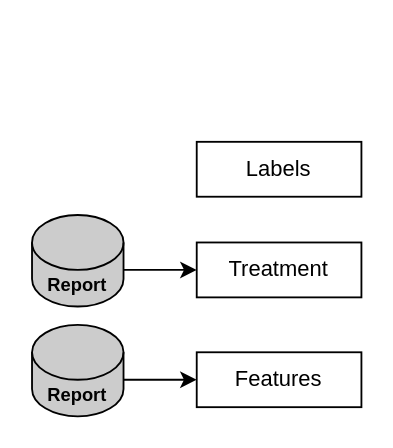
ChenPengyao/drawio keeps this draw.io diagram as 模型训练流程.drawio. Above is the earlier version. Source tidied: cells renumbered, new cells numbered last; positions are measured from the earlier drawing's top-left corner, leaving out a move shared by most shapes. Both pictures are drawn from the tidied source at 183%, with x=0, y=0 at pixel (31, 141).
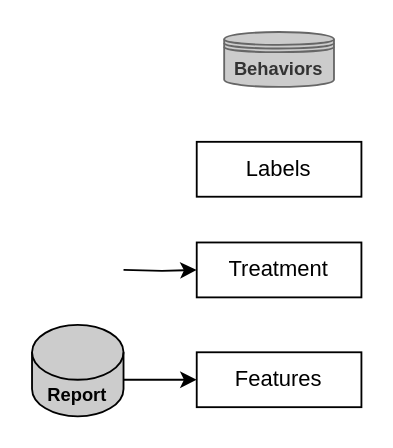
Above is the later version.

Commit message (it also covers changes not shown here):
更新模型训练流程.drawio

Diff of the diagram source:
```diff
@@
 <mxGraphModel>
   <root>
     <mxCell id="0" />
     <mxCell id="1" parent="0" />
     <mxCell id="2" value="Labels" style="rounded=0;whiteSpace=wrap;html=1;fillColor=#FFFFFF;" parent="1" vertex="1">
       <mxGeometry x="90" width="90" height="30" as="geometry" />
     </mxCell>
     <mxCell id="3" value="Treatment" style="rounded=0;whiteSpace=wrap;html=1;fillColor=#FFFFFF;" parent="1" vertex="1">
       <mxGeometry x="90" y="55" width="90" height="30" as="geometry" />
     </mxCell>
     <mxCell id="4" value="Features" style="rounded=0;whiteSpace=wrap;html=1;fillColor=#FFFFFF;" parent="1" vertex="1">
       <mxGeometry x="90" y="115" width="90" height="30" as="geometry" />
     </mxCell>
-    <mxCell id="5" style="edgeStyle=orthogonalEdgeStyle;rounded=0;jettySize=auto;html=1;exitX=1;exitY=0;exitDx=0;exitDy=30;exitPerimeter=0;entryX=0;entryY=0.5;entryDx=0;entryDy=0;" parent="1" edge="1" source="6" target="3">
-      <mxGeometry relative="1" as="geometry" />
+    <mxCell id="5" style="edgeStyle=orthogonalEdgeStyle;rounded=0;jettySize=auto;html=1;exitX=1;exitY=0;exitDx=0;exitDy=30;exitPerimeter=0;entryX=0;entryY=0.5;entryDx=0;entryDy=0;" parent="1" edge="1" target="3">
+      <mxGeometry relative="1" as="geometry">
+        <mxPoint x="50" y="70" as="sourcePoint" />
+      </mxGeometry>
     </mxCell>
-    <mxCell id="6" value="&lt;span style=&quot;font-size: 10px;&quot;&gt;Report&lt;/span&gt;" style="shape=cylinder3;whiteSpace=wrap;html=1;boundedLbl=1;backgroundOutline=1;size=15;fillColor=#CCCCCC;fontStyle=1;" parent="1" vertex="1">
-      <mxGeometry y="40" width="50" height="50" as="geometry" />
-    </mxCell>
     <mxCell id="7" style="edgeStyle=orthogonalEdgeStyle;rounded=0;jettySize=auto;html=1;exitX=1;exitY=0;exitDx=0;exitDy=30;exitPerimeter=0;entryX=0;entryY=0.5;entryDx=0;entryDy=0;" parent="1" edge="1" source="8" target="4">
       <mxGeometry relative="1" as="geometry" />
     </mxCell>
     <mxCell id="8" value="&lt;span style=&quot;font-size: 10px;&quot;&gt;Report&lt;/span&gt;" style="shape=cylinder3;whiteSpace=wrap;html=1;boundedLbl=1;backgroundOutline=1;size=15;fillColor=#CCCCCC;fontStyle=1;" parent="1" vertex="1">
       <mxGeometry y="100" width="50" height="50" as="geometry" />
     </mxCell>
+    <mxCell id="9" value="Behaviors" style="shape=datastore;whiteSpace=wrap;html=1;fontStyle=1;fontSize=10;labelBackgroundColor=none;fillColor=#CCCCCC;fontColor=#333333;strokeColor=#666666;" parent="1" vertex="1">
+      <mxGeometry x="105" y="-60" width="60" height="30" as="geometry" />
+    </mxCell>
   </root>
 </mxGraphModel>
```
